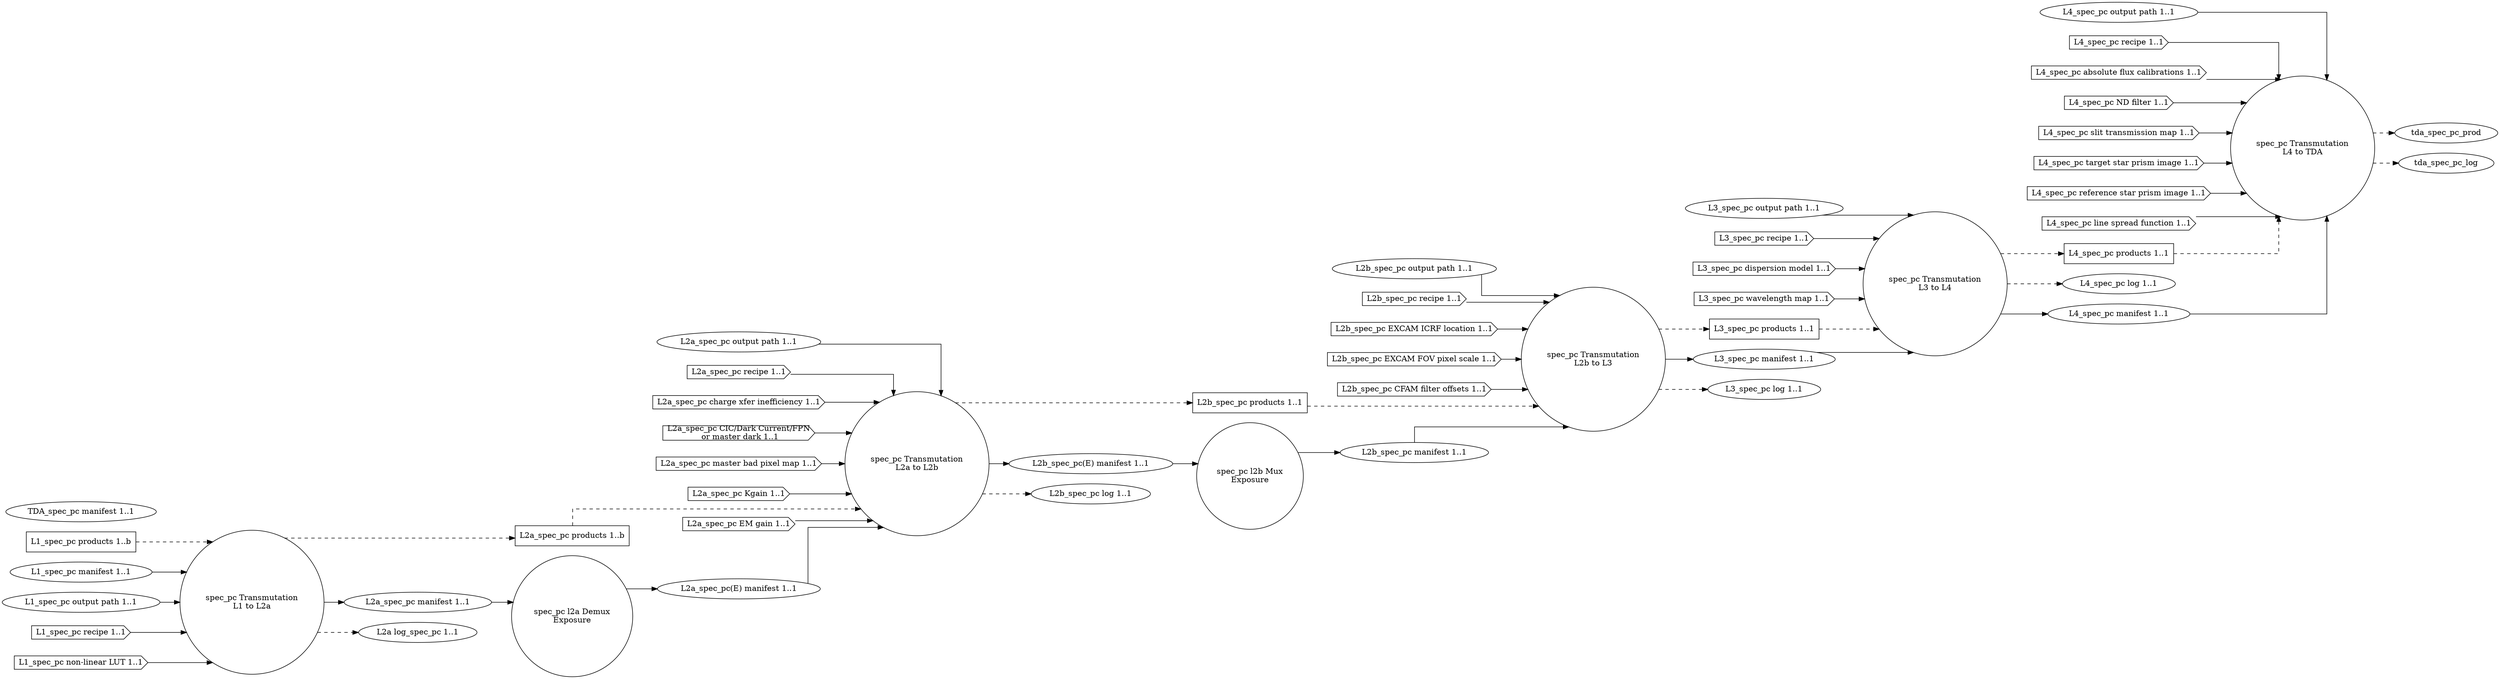
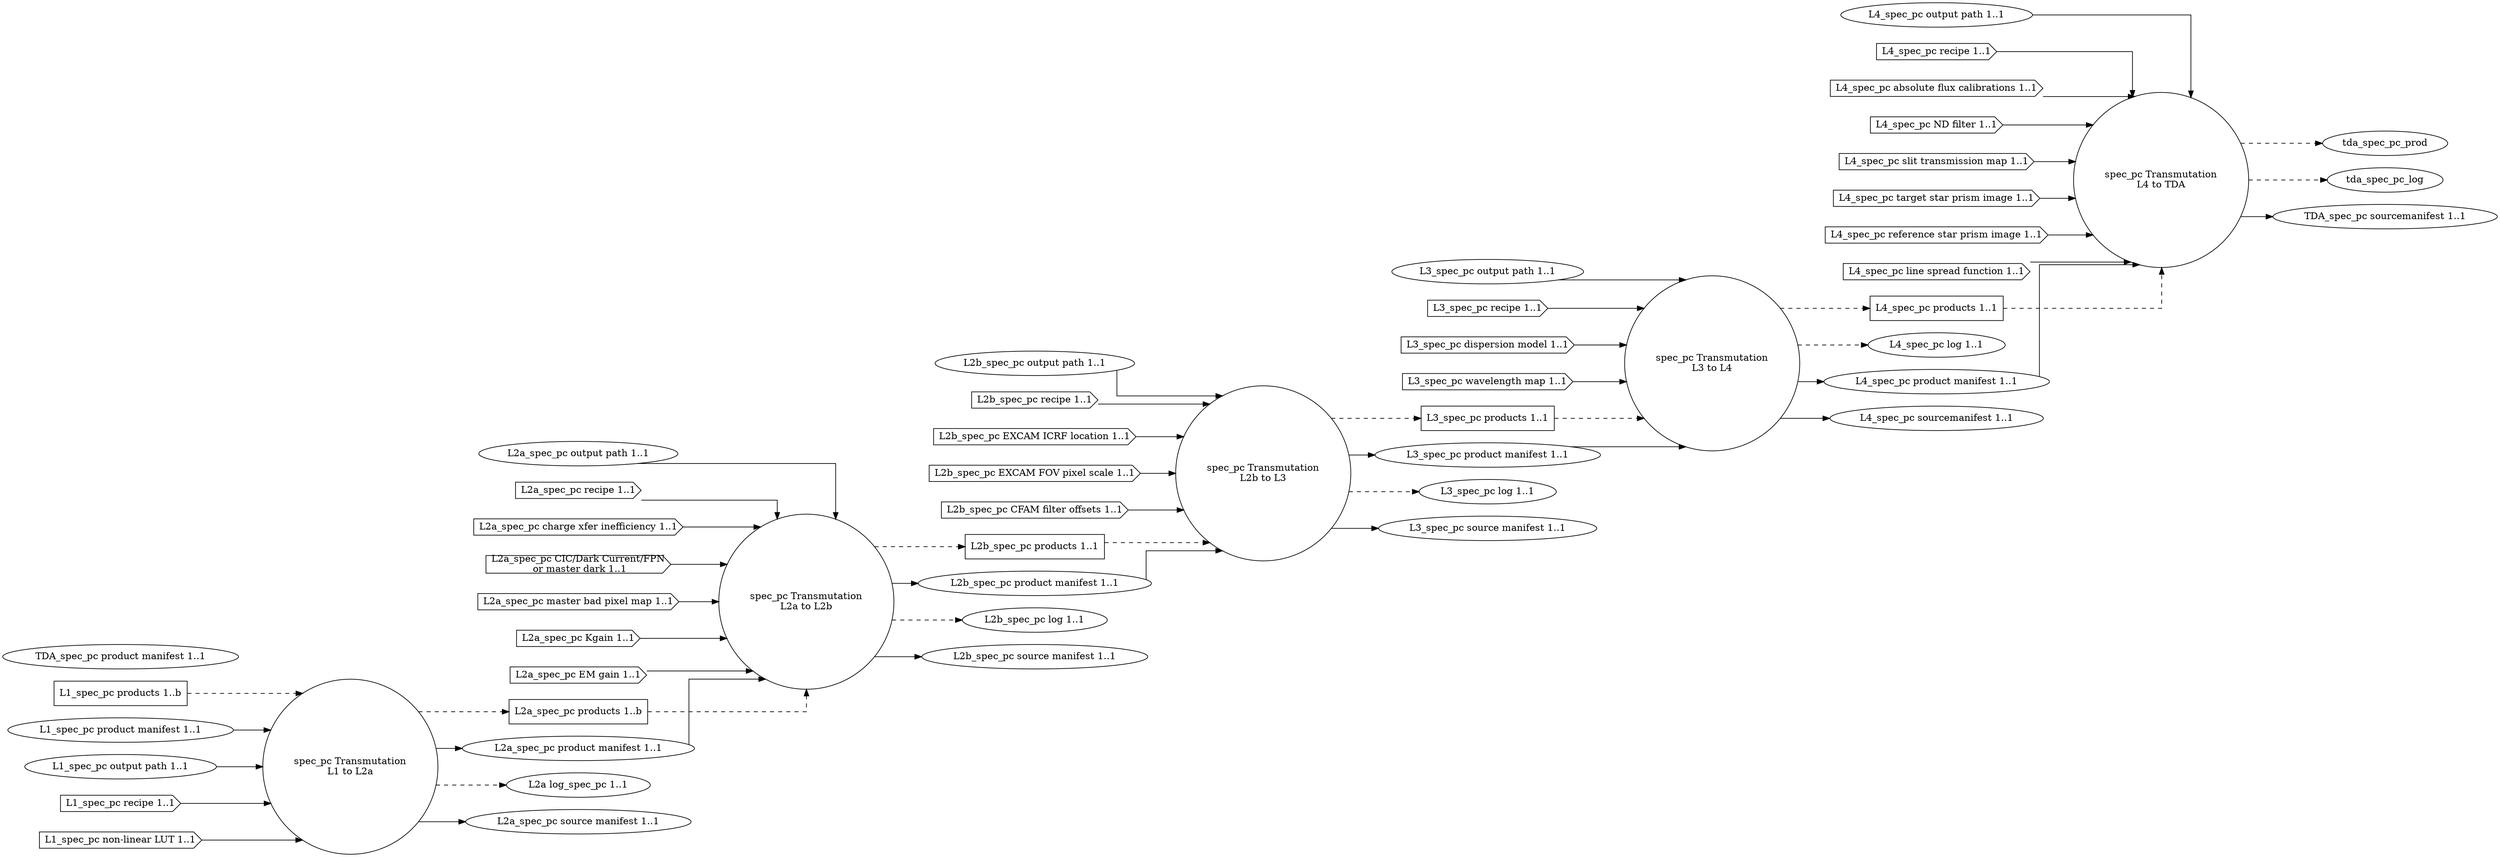
digraph SpectroscopyPhotonCount {
graph [splines="ortho", rankdir=LR];
trans_spec_pc_l1_l2a [label="spec_pc Transmutation\nL1 to L2a", shape="circle", runname="l1.transmutation_spec_pc", runtype="dawgie.Algorithm", fsmtype="dip.base.Runner"];
- l2a_spec_pc_demux [label="spec_pc l2a Demux\nExposure", shape="circle", runname="l2a.demux_spec_pc", runtype="dawgie.Algorithm", fsmtype="dip.clerk.impls.demux.FSM"];
trans_spec_pc_l2a_l2b [label="spec_pc Transmutation\nL2a to L2b", shape="circle", runname="l2a.transmutation_spec_pc", runtype="dawgie.Algorithm", fsmtype="dip.base.Runner"];
- l2b_spec_pc_mux [label="spec_pc l2b Mux\nExposure", shape="circle", runname="l2b.mux_spec_pc", runtype="dawgie.Analyzer", fsmtype="dip.clerk.impls.mux.FSM"];
trans_spec_pc_l2b_l3 [label="spec_pc Transmutation\nL2b to L3", shape="circle", runname="l2b.transmutation_spec_pc", runtype="dawgie.Algorithm", fsmtype="dip.base.Runner"];
trans_spec_pc_l3_l4 [label="spec_pc Transmutation\nL3 to L4", shape="circle", runname="l3.transmutation_spec_pc", runtype="dawgie.Algorithm", fsmtype="dip.base.Runner"];
trans_spec_pc_l4_tda [label="spec_pc Transmutation\nL4 to TDA", shape="circle", runname="l4.transmutation_spec_pc", runtype="dawgie.Algorithm", fsmtype="dip.base.Runner"];
l1_spec_pc_prod [label="L1_spec_pc products 1..b", shape="rectangle"];
- l1_spec_pc_man [label="L1_spec_pc manifest 1..1", shape="ellipse"];
+ l1_spec_pc_man [label="L1_spec_pc product manifest 1..1", shape="ellipse"];
l1_spec_pc_odir [label="L1_spec_pc output path 1..1", shape="ellipse"];
l1_spec_pc_rec [label="L1_spec_pc recipe 1..1", shape="cds"];
l1_spec_pc_nllut [label="L1_spec_pc non-linear LUT 1..1", shape="cds"];
l2a_spec_pc_prod [label="L2a_spec_pc products 1..b", shape="rectangle"];
- l2a_spec_pc_man [label="L2a_spec_pc manifest 1..1", shape="ellipse", valname="l1.transmutation_spec_pc.product.manifest", valtype="dip.base.Manifest"];
+ l2a_spec_pc_man [label="L2a_spec_pc product manifest 1..1", shape="ellipse", valname="l1.transmutation_spec_pc.product.manifest", valtype="dip.base.Manifest"];
l2a_spec_pc_odir [label="L2a_spec_pc output path 1..1", shape="ellipse"];
l2a_spec_pc_rec [label="L2a_spec_pc recipe 1..1", shape="cds"];
l2a_spec_pc_cti [label="L2a_spec_pc charge xfer inefficiency 1..1", shape="cds"];
l2a_spec_pc_dnb [label="L2a_spec_pc CIC/Dark Current/FPN\n or master dark 1..1", shape="cds"];
l2a_spec_pc_mbpm [label="L2a_spec_pc master bad pixel map 1..1", shape="cds"];
l2a_spec_pc_kgain [label="L2a_spec_pc Kgain 1..1", shape="cds"];
l2a_spec_pc_emg [label="L2a_spec_pc EM gain 1..1", shape="cds"];
l2a_spec_pc_log [label="L2a log_spec_pc 1..1", shape="ellipse"];
- l2a_spec_pc_man_demux [label="L2a_spec_pc(E) manifest 1..1", shape="ellipse", valname="l2a.demux_spec_pc.product.manifest", valtype="dip.base.Manifest"];
l2b_spec_pc_prod [label="L2b_spec_pc products 1..1", shape="rectangle"];
- l2b_spec_pc_man [label="L2b_spec_pc manifest 1..1", shape="ellipse", valname="l2b.mux_spec_pc.product.manifest", valtype="dip.base.Manifest"];
+ l2b_spec_pc_man [label="L2b_spec_pc product manifest 1..1", shape="ellipse", valname="l2a.transmutation_spec_pc.product.manifest", valtype="dip.base.Manifest"];
l2b_spec_pc_odir [label="L2b_spec_pc output path 1..1", shape="ellipse"];
l2b_spec_pc_rec [label="L2b_spec_pc recipe 1..1", shape="cds"];
l2b_spec_pc_excicrf [label="L2b_spec_pc EXCAM ICRF location 1..1", shape="cds"];
l2b_spec_pc_excfovps [label="L2b_spec_pc EXCAM FOV pixel scale 1..1", shape="cds"];
l2b_spec_pc_cfamfo [label="L2b_spec_pc CFAM filter offsets 1..1", shape="cds"];
- l2b_spec_pc_man_demux [label="L2b_spec_pc(E) manifest 1..1", shape="ellipse", valname="l2a.transmutation_spec_pc.product.manifest", valtype="dip.base.Manifest"];
l2b_spec_pc_log [label="L2b_spec_pc log 1..1", shape="ellipse"];
l3_spec_pc_prod [label="L3_spec_pc products 1..1", shape="rectangle"];
l3_spec_pc_odir [label="L3_spec_pc output path 1..1", shape="ellipse"];
- l3_spec_pc_man [label="L3_spec_pc manifest 1..1", shape="ellipse", valname="l2b.transmutation_spec_pc.product.manifest", valtype="dip.base.Manifest"];
+ l3_spec_pc_man [label="L3_spec_pc product manifest 1..1", shape="ellipse", valname="l2b.transmutation_spec_pc.product.manifest", valtype="dip.base.Manifest"];
l3_spec_pc_rec [label="L3_spec_pc recipe 1..1", shape="cds"];
l3_spec_pc_dispm [label="L3_spec_pc dispersion model 1..1", shape="cds"];
l3_spec_pc_wavem [label="L3_spec_pc wavelength map 1..1", shape="cds"];
l3_spec_pc_log [label="L3_spec_pc log 1..1", shape="ellipse"];
l4_spec_pc_prod [label="L4_spec_pc products 1..1", shape="rectangle"];
l4_spec_pc_odir [label="L4_spec_pc output path 1..1", shape="ellipse"];
l4_spec_pc_log [label="L4_spec_pc log 1..1", shape="ellipse"];
- l4_spec_pc_man [label="L4_spec_pc manifest 1..1", shape="ellipse", valname="l3.transmutation_spec_pc.product.manifest", valtype="dip.base.Manifest"];
+ l4_spec_pc_man [label="L4_spec_pc product manifest 1..1", shape="ellipse", valname="l3.transmutation_spec_pc.product.manifest", valtype="dip.base.Manifest"];
l4_spec_pc_rec [label="L4_spec_pc recipe 1..1", shape="cds"];
l4_spec_pc_afcal [label="L4_spec_pc absolute flux calibrations 1..1", shape="cds"];
l4_spec_pc_ndfilt [label="L4_spec_pc ND filter 1..1", shape="cds"];
l4_spec_pc_stmap [label="L4_spec_pc slit transmission map 1..1", shape="cds"];
l4_spec_pc_tspi [label="L4_spec_pc target star prism image 1..1", shape="cds"];
l4_spec_pc_rspi [label="L4_spec_pc reference star prism image 1..1", shape="cds"];
l4_spec_pc_lsf [label="L4_spec_pc line spread function 1..1", shape="cds"];
- tda_spec_pc_man [label="TDA_spec_pc manifest 1..1", shape="ellipse", valname="l4.transmutation_spec_pc.product.manifest", valtype="dip.base.Manifest"];
+ tda_spec_pc_man [label="TDA_spec_pc product manifest 1..1", shape="ellipse", valname="l4.transmutation_spec_pc.product.manifest", valtype="dip.base.Manifest"];
l1_spec_pc_prod -> trans_spec_pc_l1_l2a [style="dashed"];
l1_spec_pc_man -> trans_spec_pc_l1_l2a;
l1_spec_pc_odir -> trans_spec_pc_l1_l2a;
l1_spec_pc_rec -> trans_spec_pc_l1_l2a;
l1_spec_pc_nllut -> trans_spec_pc_l1_l2a;
trans_spec_pc_l1_l2a -> l2a_spec_pc_prod [style="dashed"];
trans_spec_pc_l1_l2a -> l2a_spec_pc_man;
trans_spec_pc_l1_l2a -> l2a_spec_pc_log [style="dashed"];
l2a_spec_pc_prod -> trans_spec_pc_l2a_l2b [style="dashed"];
l2a_spec_pc_odir -> trans_spec_pc_l2a_l2b;
l2a_spec_pc_rec -> trans_spec_pc_l2a_l2b;
l2a_spec_pc_cti -> trans_spec_pc_l2a_l2b;
l2a_spec_pc_dnb -> trans_spec_pc_l2a_l2b;
l2a_spec_pc_mbpm -> trans_spec_pc_l2a_l2b;
l2a_spec_pc_emg -> trans_spec_pc_l2a_l2b;
l2a_spec_pc_kgain -> trans_spec_pc_l2a_l2b;
trans_spec_pc_l2a_l2b -> l2b_spec_pc_prod [style="dashed"];
- trans_spec_pc_l2a_l2b -> l2b_spec_pc_man_demux;
+ trans_spec_pc_l2a_l2b -> l2b_spec_pc_man;
trans_spec_pc_l2a_l2b -> l2b_spec_pc_log [style="dashed"];
- l2a_spec_pc_man -> l2a_spec_pc_demux;
- l2a_spec_pc_demux -> l2a_spec_pc_man_demux;
- l2a_spec_pc_man_demux -> trans_spec_pc_l2a_l2b;
- l2b_spec_pc_man_demux -> l2b_spec_pc_mux;
- l2b_spec_pc_mux -> l2b_spec_pc_man;
+ l2a_spec_pc_man -> trans_spec_pc_l2a_l2b;
l2b_spec_pc_prod -> trans_spec_pc_l2b_l3 [style="dashed"];
l2b_spec_pc_man -> trans_spec_pc_l2b_l3;
l2b_spec_pc_odir -> trans_spec_pc_l2b_l3;
l2b_spec_pc_rec -> trans_spec_pc_l2b_l3;
l2b_spec_pc_excicrf -> trans_spec_pc_l2b_l3;
l2b_spec_pc_excfovps -> trans_spec_pc_l2b_l3;
l2b_spec_pc_cfamfo -> trans_spec_pc_l2b_l3;
trans_spec_pc_l2b_l3 -> l3_spec_pc_prod [style="dashed"];
trans_spec_pc_l2b_l3 -> l3_spec_pc_man;
trans_spec_pc_l2b_l3 -> l3_spec_pc_log [style="dashed"];
l3_spec_pc_prod -> trans_spec_pc_l3_l4 [style="dashed"];
l3_spec_pc_man -> trans_spec_pc_l3_l4;
l3_spec_pc_odir -> trans_spec_pc_l3_l4;
l3_spec_pc_rec -> trans_spec_pc_l3_l4;
l3_spec_pc_dispm -> trans_spec_pc_l3_l4;
l3_spec_pc_wavem -> trans_spec_pc_l3_l4;
trans_spec_pc_l3_l4 -> l4_spec_pc_prod [style="dashed"];
trans_spec_pc_l3_l4 -> l4_spec_pc_log [style="dashed"];
trans_spec_pc_l3_l4 -> l4_spec_pc_man;
l4_spec_pc_prod -> trans_spec_pc_l4_tda [style="dashed"];
l4_spec_pc_man -> trans_spec_pc_l4_tda;
l4_spec_pc_odir -> trans_spec_pc_l4_tda;
l4_spec_pc_rec -> trans_spec_pc_l4_tda;
l4_spec_pc_afcal -> trans_spec_pc_l4_tda;
l4_spec_pc_ndfilt -> trans_spec_pc_l4_tda;
l4_spec_pc_stmap -> trans_spec_pc_l4_tda;
l4_spec_pc_tspi -> trans_spec_pc_l4_tda;
l4_spec_pc_rspi -> trans_spec_pc_l4_tda;
l4_spec_pc_lsf -> trans_spec_pc_l4_tda;
trans_spec_pc_l4_tda -> tda_spec_pc_prod [style="dashed"];
trans_spec_pc_l4_tda -> tda_spec_pc_log [style="dashed"];
+ 
+ l2a_spec_pc_src [label="L2a_spec_pc source manifest 1..1", shape="ellipse", valname="l1.transmutation_spec_pc.source.manifest", valtype="dip.base.Manifest"];
+ l2b_spec_pc_src [label="L2b_spec_pc source manifest 1..1", shape="ellipse", valname="l2a.transmutation_spec_pc.source.manifest", valtype="dip.base.Manifest"];
+ l3_spec_pc_src [label="L3_spec_pc source manifest 1..1", shape="ellipse", valname="l2b.transmutation_spec_pc.source.manifest", valtype="dip.base.Manifest"];
+ l4_spec_pc_src [label="L4_spec_pc sourcemanifest 1..1", shape="ellipse", valname="l3.transmutation_spec_pc.source.manifest", valtype="dip.base.Manifest"];
+ tda_spec_pc_src [label="TDA_spec_pc sourcemanifest 1..1", shape="ellipse", valname="l4.transmutation_spec_pc.source.manifest", valtype="dip.base.Manifest"];
+ trans_spec_pc_l1_l2a -> l2a_spec_pc_src;
+ trans_spec_pc_l2a_l2b -> l2b_spec_pc_src;
+ trans_spec_pc_l2b_l3 -> l3_spec_pc_src;
+ trans_spec_pc_l3_l4 -> l4_spec_pc_src;
+ trans_spec_pc_l4_tda -> tda_spec_pc_src;
}
